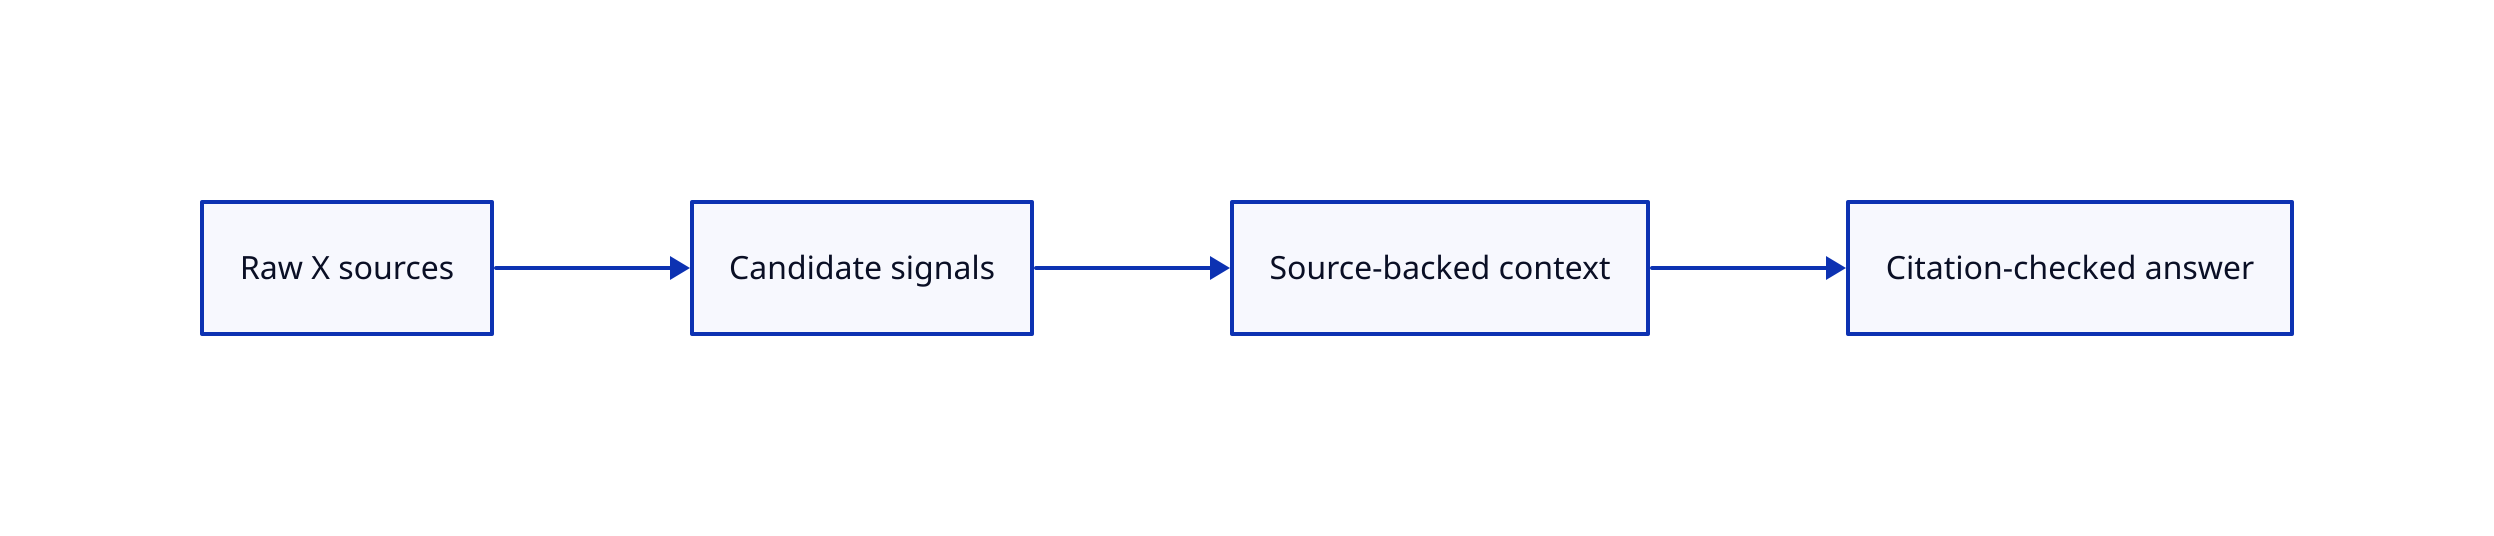
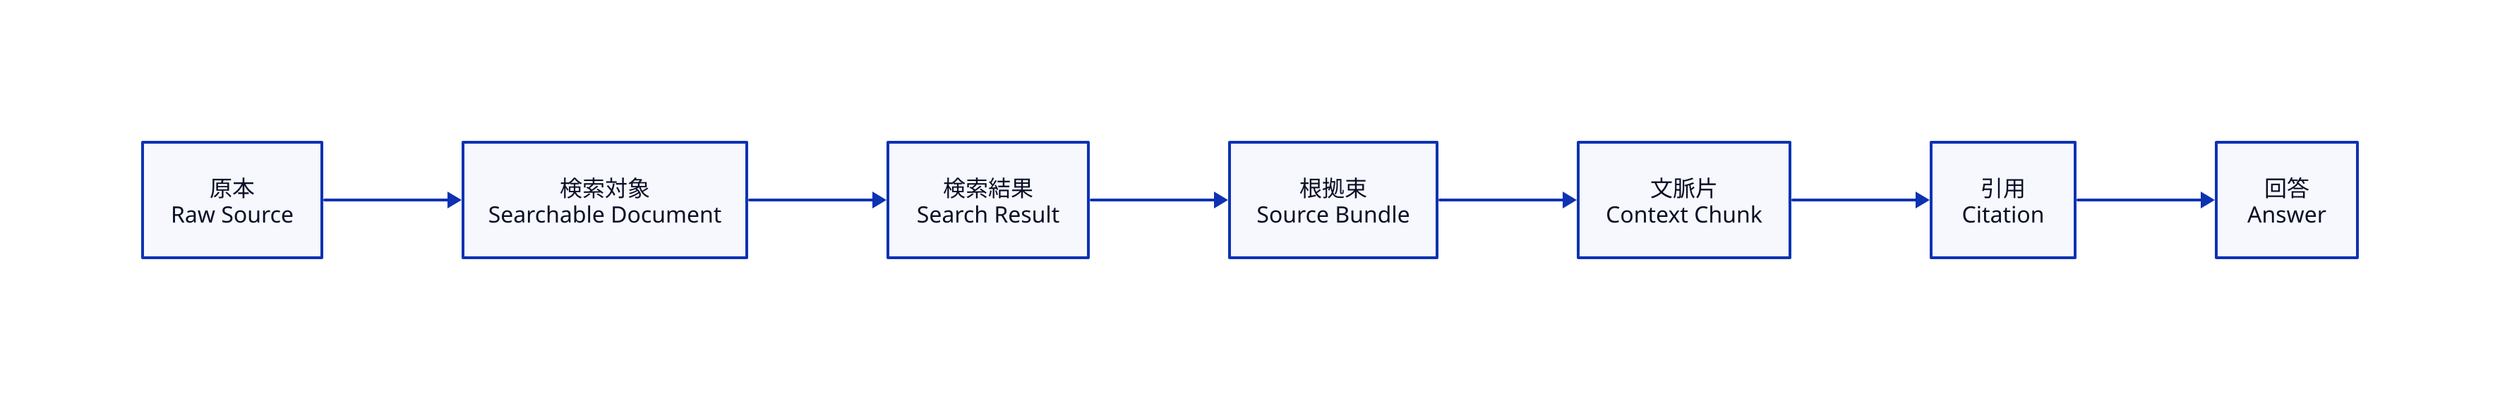
direction: right

- raw: Raw X sources
- candidates: Candidate signals
- context: Source-backed context
- answer: Citation-checked answer
+ raw: "原本\nRaw Source"
+ doc: "検索対象\nSearchable Document"
+ result: "検索結果\nSearch Result"
+ bundle: "根拠束\nSource Bundle"
+ chunk: "文脈片\nContext Chunk"
+ citation: "引用\nCitation"
+ answer: "回答\nAnswer"

- raw -> candidates
- candidates -> context
- context -> answer
+ raw -> doc
+ doc -> result
+ result -> bundle
+ bundle -> chunk
+ chunk -> citation
+ citation -> answer
